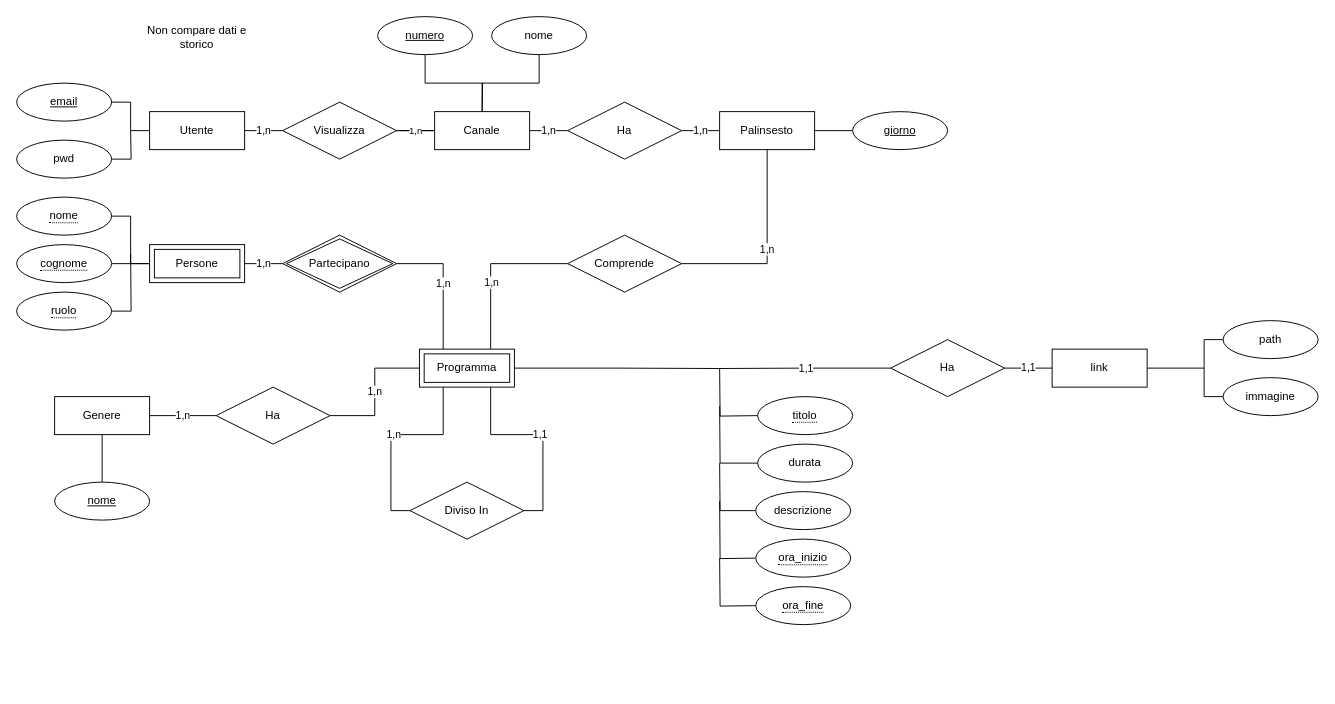
The draw.io diagram page "Primo_Ristr" (2 of 4) of Diagramma/Er_GuidaTv.drawio in Caprielos/Lbd, before the edit. Source tidied: cells renumbered, new cells numbered last; positions are measured from the earlier drawing's top-left corner, leaving out a move shared by most shapes. Both pictures are drawn from the tidied source at 95%, with x=0, y=0 at pixel (16, 16).
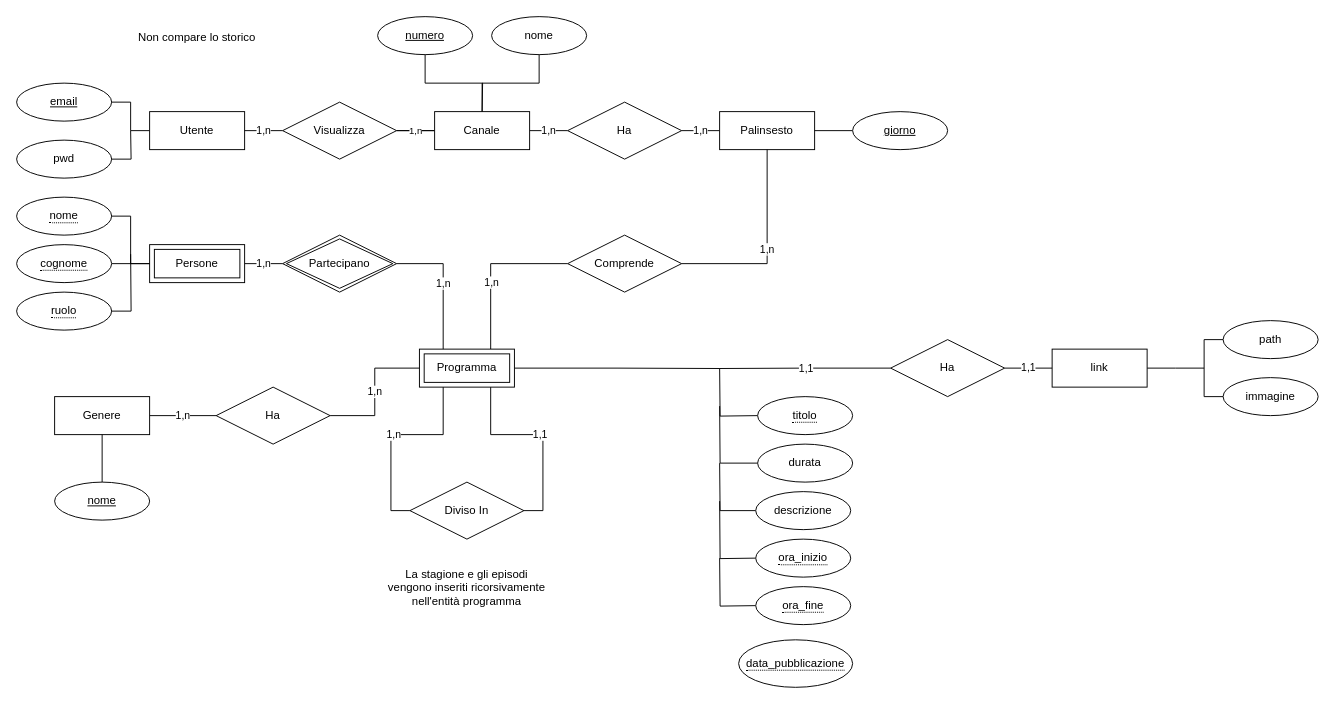
The same page after the edit.

The edit, as a diff of the source:
```diff
@@
-    <mxCell id="64" value="Non compare dati e storico" style="text;html=1;strokeColor=none;fillColor=none;align=center;verticalAlign=middle;whiteSpace=wrap;rounded=0;" parent="1" vertex="1">
+    <mxCell id="64" value="Non compare lo storico" style="text;html=1;strokeColor=none;fillColor=none;align=center;verticalAlign=middle;whiteSpace=wrap;rounded=0;" parent="1" vertex="1">
       <mxGeometry x="120" y="3" width="140" height="37" as="geometry" />
     </mxCell>
+    <mxCell id="65" value="&lt;span style=&quot;border-bottom: 1px dotted&quot;&gt;data_pubblicazione&lt;/span&gt;" style="ellipse;whiteSpace=wrap;html=1;align=center;" parent="1" vertex="1">
+      <mxGeometry x="760" y="656" width="120" height="50" as="geometry" />
+    </mxCell>
+    <mxCell id="66" value="La stagione e gli episodi vengono inseriti ricorsivamente nell'entità programma" style="text;html=1;strokeColor=none;fillColor=none;align=center;verticalAlign=middle;whiteSpace=wrap;rounded=0;" parent="1" vertex="1">
+      <mxGeometry x="387" y="576" width="174" height="50" as="geometry" />
+    </mxCell>
```
